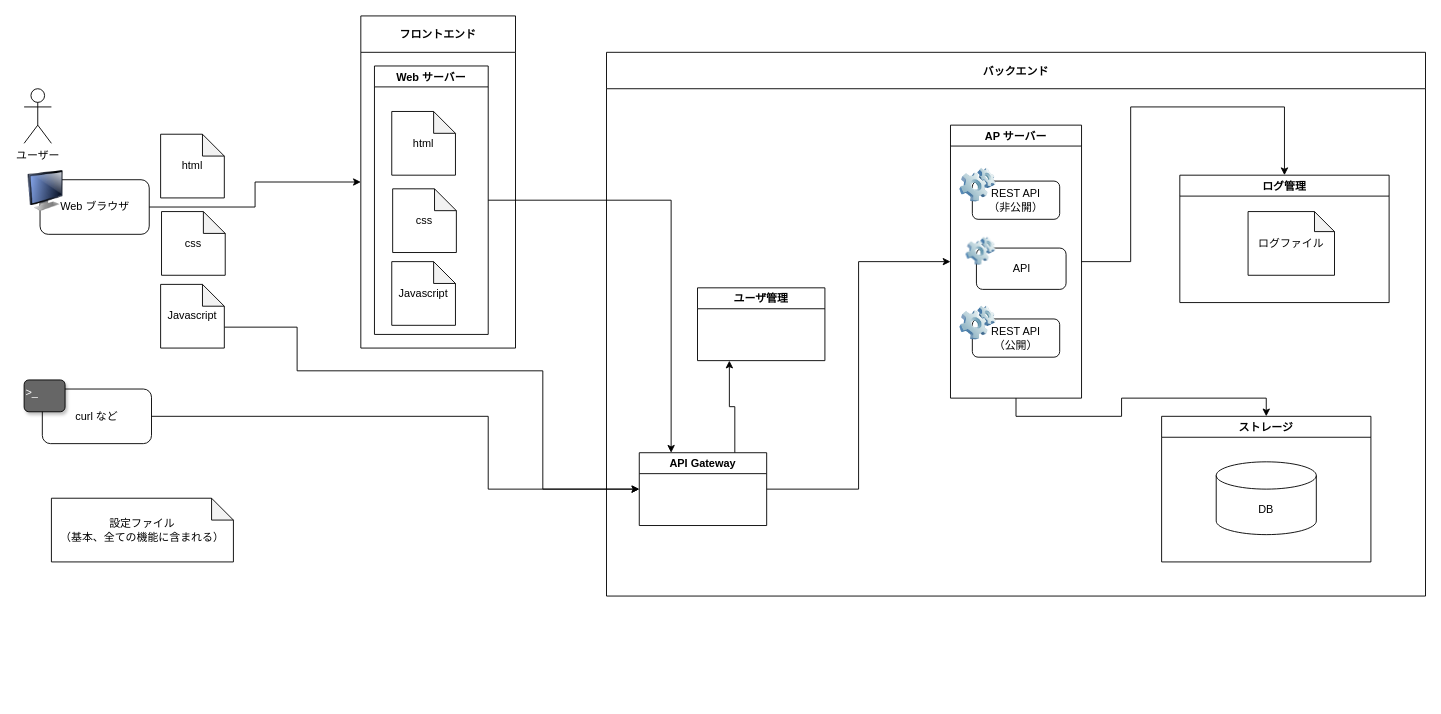
peregrin8alde/learn-webapp keeps this draw.io diagram as images/birds-eye-view.drawio. Above is the earlier version. Source tidied: cells renumbered, new cells numbered last; positions are measured from the earlier drawing's top-left corner, leaving out a move shared by most shapes. Both pictures are drawn from the tidied source at 91%, with x=0, y=0 at pixel (24, 15).
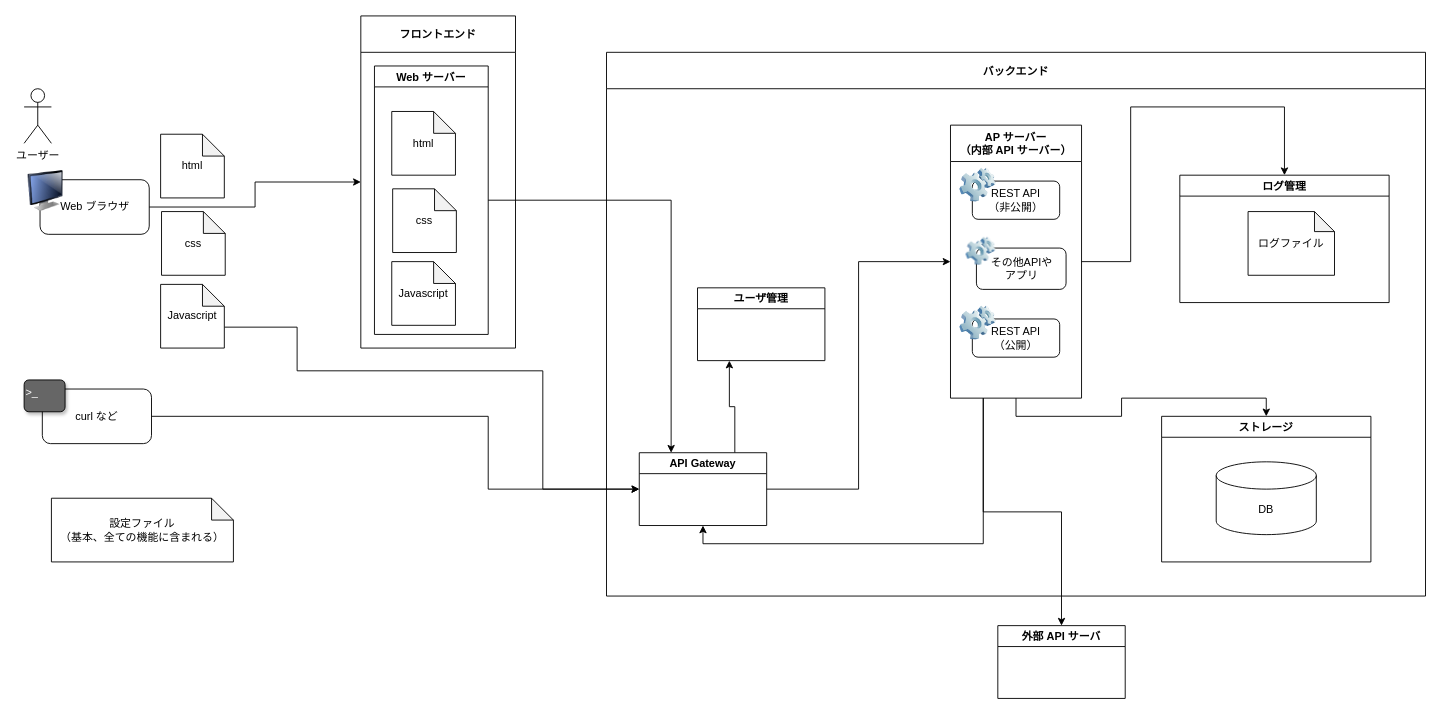
Above is the later version.

The change refers to these unchanged cells:
```xml
<mxCell id="18" value="バックエンド" style="swimlane;align=center;startSize=40;" parent="1" vertex="1">
  <mxGeometry x="640" y="40" width="900" height="597.5" as="geometry" />
</mxCell>
<mxCell id="26" style="group;" parent="19" vertex="1">
  <mxGeometry x="17" y="121.5" width="110" height="59" as="geometry" />
</mxCell>
<mxCell id="38" value="API Gateway" style="swimlane;align=center;" parent="18" vertex="1">
  <mxGeometry x="36" y="440" width="140" height="80" as="geometry" />
</mxCell>
```

Diff of the diagram source:
```diff
@@
+    <mxCell id="43" style="edgeStyle=orthogonalEdgeStyle;rounded=0;jettySize=auto;html=1;exitX=0.25;exitY=1;exitDx=0;exitDy=0;entryX=0.5;entryY=1;entryDx=0;entryDy=0;" parent="18" edge="1" source="19" target="38">
+      <mxGeometry relative="1" as="geometry" />
+    </mxCell>
-    <mxCell id="19" value="AP サーバー" style="swimlane;align=center;" parent="18" vertex="1">
+    <mxCell id="19" value="AP サーバー&#10;（内部 API サーバー）" style="swimlane;align=center;startSize=40;" parent="18" vertex="1">
       <mxGeometry x="378" y="80" width="144" height="300" as="geometry" />
     </mxCell>
@@
-    <mxCell id="27" value="API" style="rounded=1;whiteSpace=wrap;html=1;align=center;" parent="26" vertex="1">
+    <mxCell id="27" value="その他APIや&lt;br&gt;アプリ" style="rounded=1;whiteSpace=wrap;html=1;align=center;" parent="26" vertex="1">
       <mxGeometry x="11.5" y="13.6" width="98.5" height="45.4" as="geometry" />
     </mxCell>
@@
+    <mxCell id="44" value="外部 API サーバ" style="swimlane;align=center;" parent="1" vertex="1">
+      <mxGeometry x="1070" y="670" width="140" height="80" as="geometry" />
+    </mxCell>
+    <mxCell id="45" style="edgeStyle=orthogonalEdgeStyle;rounded=0;jettySize=auto;html=1;exitX=0.25;exitY=1;exitDx=0;exitDy=0;" parent="1" edge="1" source="19" target="44">
+      <mxGeometry relative="1" as="geometry" />
+    </mxCell>
```
